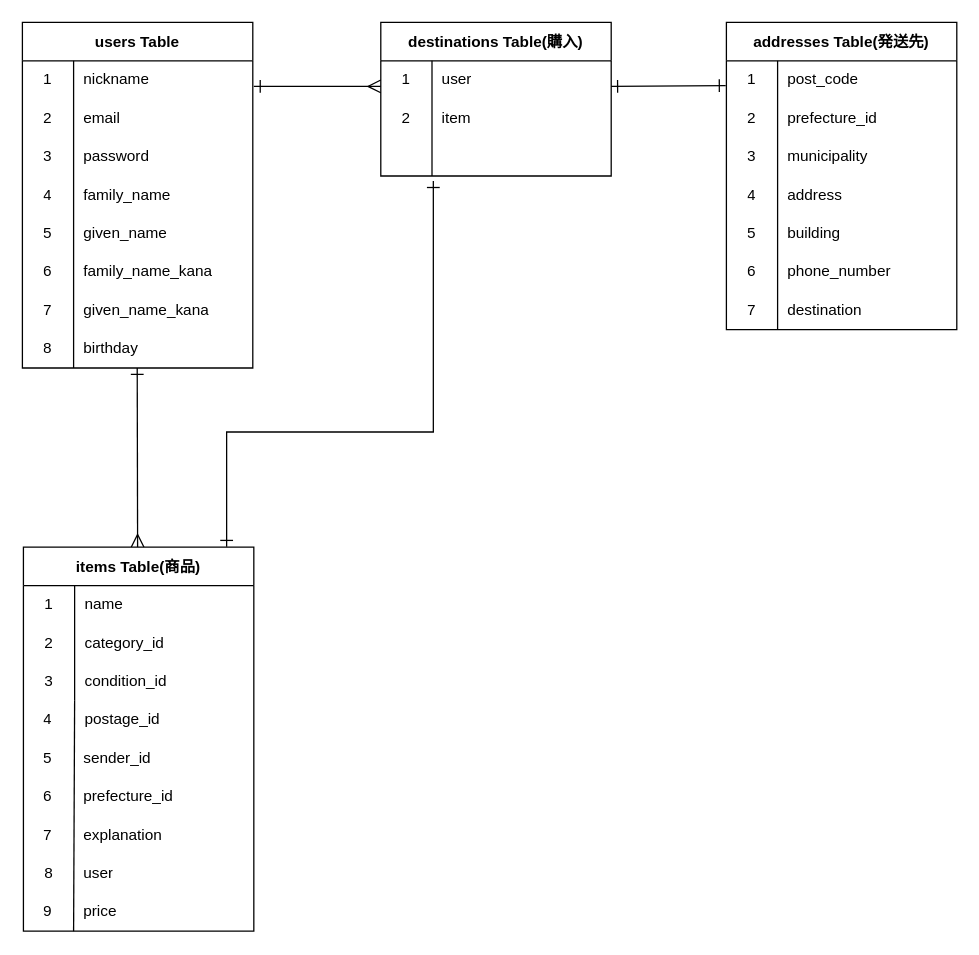
Earlier version of the draw.io diagram ER図.dio (htn9sys/furima-39212). Source tidied: cells renumbered, new cells numbered last; positions are measured from the earlier drawing's top-left corner, leaving out a move shared by most shapes. Both pictures are drawn from the tidied source at 128%, with x=0, y=0 at pixel (22, 22).
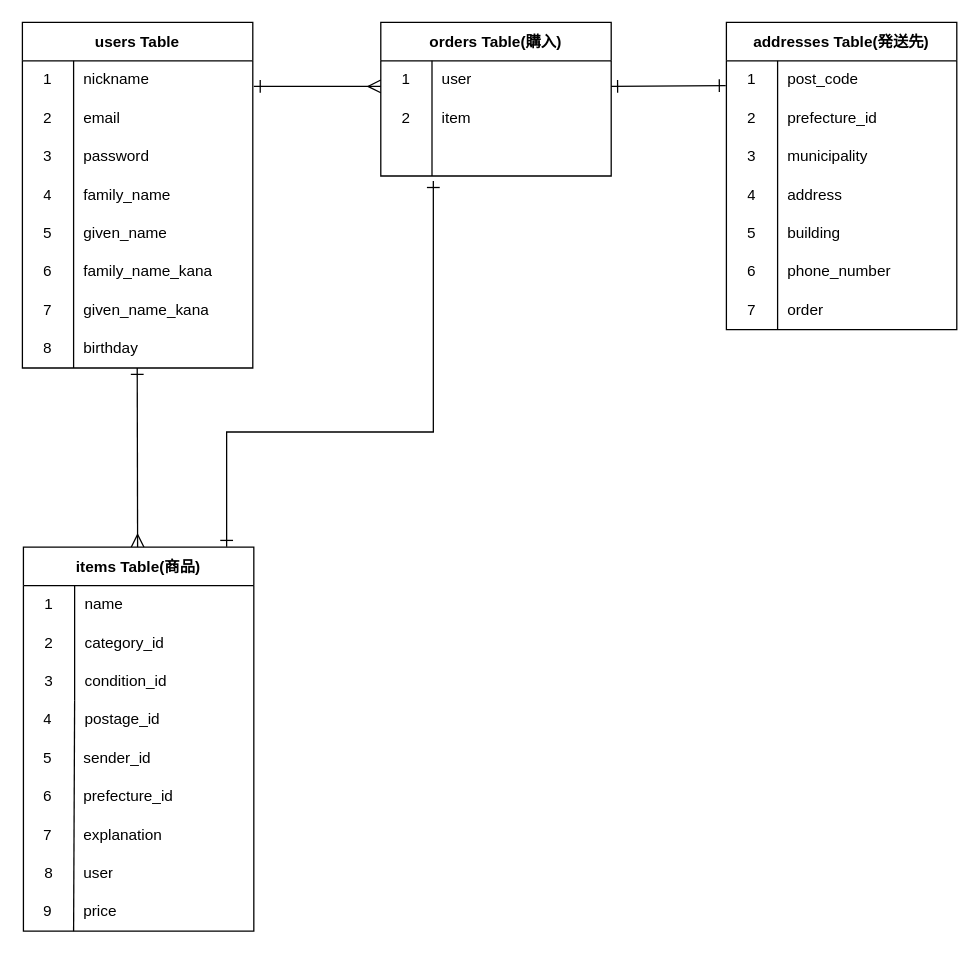
The same diagram, later.

Change to the diagram source:
```diff
@@
-    <mxCell id="33" value="destinations Table(購入)" style="shape=table;startSize=30;childLayout=tableLayout;rowLines=0;fontStyle=1;" parent="1" vertex="1">
+    <mxCell id="33" value="orders Table(購入)" style="shape=table;startSize=30;childLayout=tableLayout;rowLines=0;fontStyle=1;" parent="1" vertex="1">
       <mxGeometry x="280" width="180" height="120" as="geometry" />
     </mxCell>
@@
-    <mxCell id="77" value="destination" style="shape=partialRectangle;html=1;whiteSpace=wrap;fillColor=none;top=0;left=0;bottom=0;right=0;align=left;spacingLeft=6;overflow=hidden;" parent="1" vertex="1">
+    <mxCell id="77" value="order" style="shape=partialRectangle;html=1;whiteSpace=wrap;fillColor=none;top=0;left=0;bottom=0;right=0;align=left;spacingLeft=6;overflow=hidden;" parent="1" vertex="1">
       <mxGeometry x="590" y="210" width="140" height="30" as="geometry" />
     </mxCell>
```
